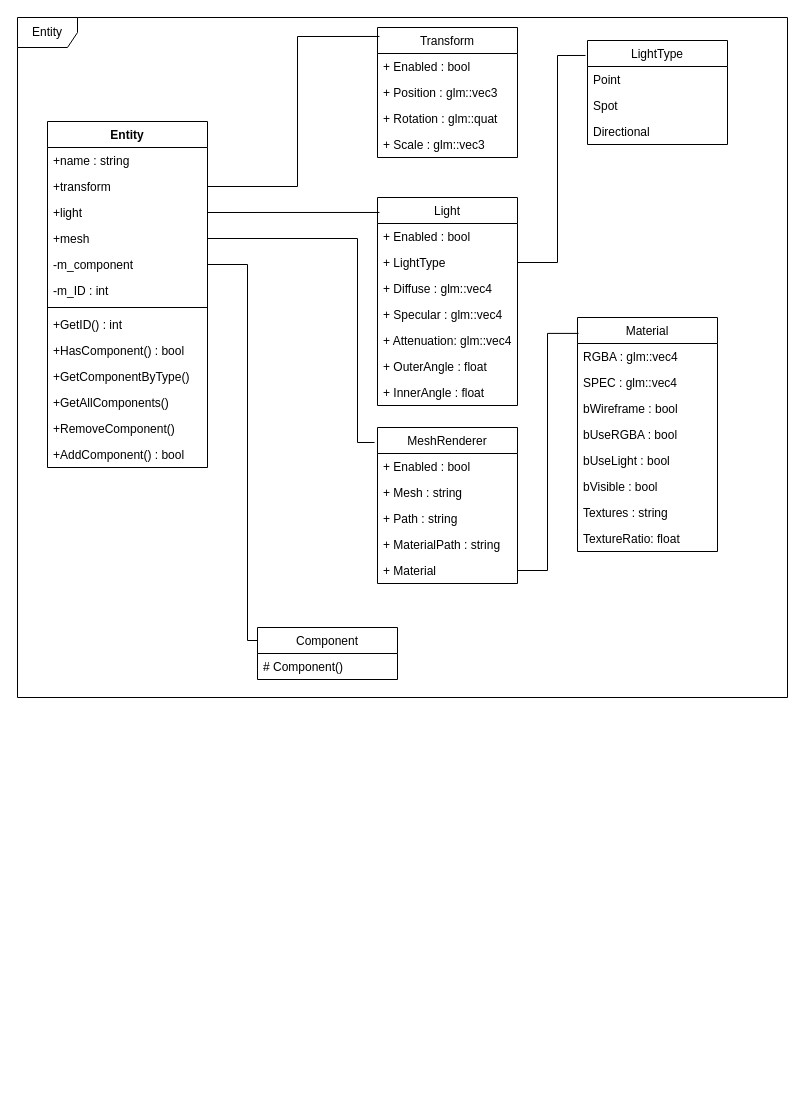
This is page "Entity" (3 of 6) of UMLDiagram.drawio from hazN/ECS_Engine, a draw.io file, before an edit. Source tidied: cells renumbered, new cells numbered last; positions are measured from the earlier drawing's top-left corner, leaving out a move shared by most shapes. Both pictures are drawn from the tidied source at 100%, with x=0, y=0 at pixel (17, 17).
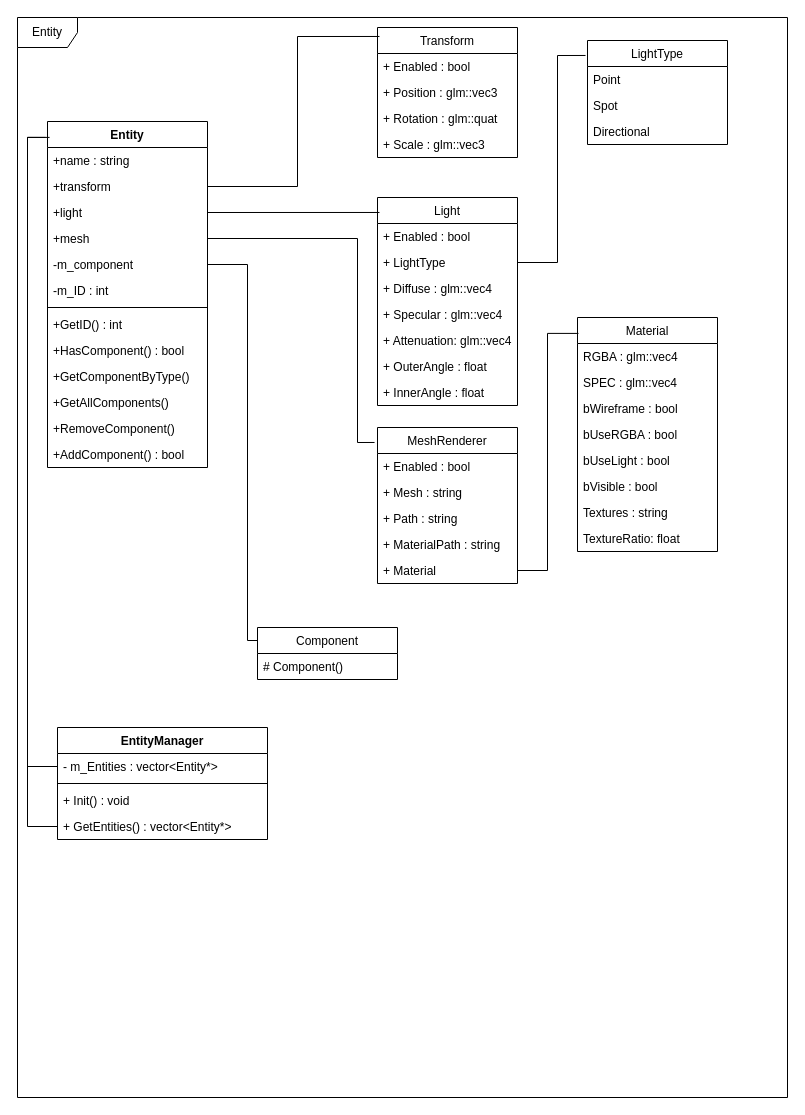
The same diagram, later.

Unchanged cells that the change refers to:
```xml
<mxCell id="3" value="Entity" style="swimlane;fontStyle=1;align=center;verticalAlign=top;horizontal=1;startSize=26;" parent="1" vertex="1">
  <mxGeometry x="30" y="104" width="160" height="346" as="geometry" />
</mxCell>
```

Diff of the diagram source:
```diff
@@
     <mxCell id="2" value="Entity" style="shape=umlFrame;whiteSpace=wrap;html=1;" parent="1" vertex="1">
-      <mxGeometry width="770" height="680" as="geometry" />
+      <mxGeometry width="770" height="1080" as="geometry" />
     </mxCell>
@@
+    <mxCell id="57" value="EntityManager" style="swimlane;fontStyle=1;align=center;verticalAlign=top;horizontal=1;startSize=26;" parent="1" vertex="1">
+      <mxGeometry x="40" y="710" width="210" height="112" as="geometry" />
+    </mxCell>
+    <mxCell id="58" value="- m_Entities : vector&lt;Entity*&gt;" style="text;strokeColor=none;fillColor=none;align=left;verticalAlign=top;spacingLeft=4;spacingRight=4;overflow=hidden;points=[[0,0.5],[1,0.5]];portConstraint=eastwest;" parent="57" vertex="1">
+      <mxGeometry y="26" width="210" height="26" as="geometry" />
+    </mxCell>
+    <mxCell id="59" style="line;strokeWidth=1;fillColor=none;align=left;verticalAlign=middle;spacingTop=-1;spacingLeft=3;spacingRight=3;labelPosition=right;strokeColor=inherit;" parent="57" vertex="1">
+      <mxGeometry y="52" width="210" height="8" as="geometry" />
+    </mxCell>
+    <mxCell id="60" value="+ Init() : void" style="text;strokeColor=none;fillColor=none;align=left;verticalAlign=top;spacingLeft=4;spacingRight=4;overflow=hidden;" parent="57" vertex="1">
+      <mxGeometry y="60" width="210" height="26" as="geometry" />
+    </mxCell>
+    <mxCell id="61" value="+ GetEntities() : vector&lt;Entity*&gt;" style="text;strokeColor=none;fillColor=none;align=left;verticalAlign=top;spacingLeft=4;spacingRight=4;overflow=hidden;points=[[0,0.5],[1,0.5]];portConstraint=eastwest;" parent="57" vertex="1">
+      <mxGeometry y="86" width="210" height="26" as="geometry" />
+    </mxCell>
+    <mxCell id="62" style="edgeStyle=orthogonalEdgeStyle;rounded=0;jettySize=auto;html=1;exitX=0;exitY=0.5;exitDx=0;exitDy=0;entryX=-0.012;entryY=0.046;entryDx=0;entryDy=0;entryPerimeter=0;endArrow=none;endFill=0;" parent="1" edge="1" source="58" target="3">
+      <mxGeometry relative="1" as="geometry">
+        <Array as="points">
+          <mxPoint x="10" y="749" />
+          <mxPoint x="10" y="120" />
+        </Array>
+      </mxGeometry>
+    </mxCell>
+    <mxCell id="63" style="edgeStyle=orthogonalEdgeStyle;rounded=0;jettySize=auto;html=1;exitX=0;exitY=0.5;exitDx=0;exitDy=0;entryX=0.013;entryY=0.046;entryDx=0;entryDy=0;entryPerimeter=0;endArrow=none;endFill=0;" parent="1" edge="1" source="61" target="3">
+      <mxGeometry relative="1" as="geometry">
+        <Array as="points">
+          <mxPoint x="10" y="809" />
+          <mxPoint x="10" y="120" />
+        </Array>
+      </mxGeometry>
+    </mxCell>
```
